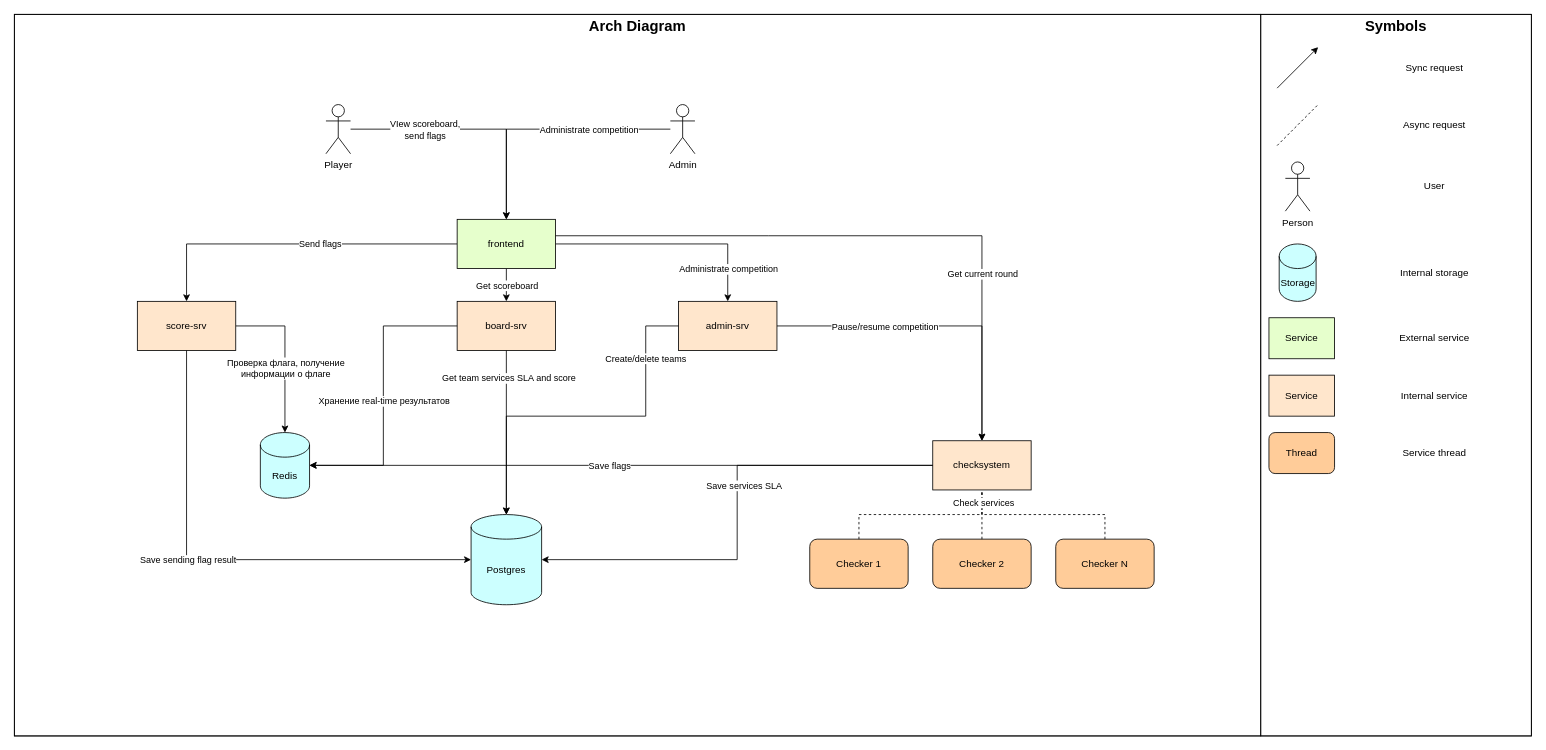
Before: docs/arch.drawio in SgffCTF/ABOBA, a draw.io diagram. Source tidied: cells renumbered, new cells numbered last; positions are measured from the earlier drawing's top-left corner, leaving out a move shared by most shapes. Both pictures are drawn from the tidied source at 82%, with x=0, y=0 at pixel (14, 14).
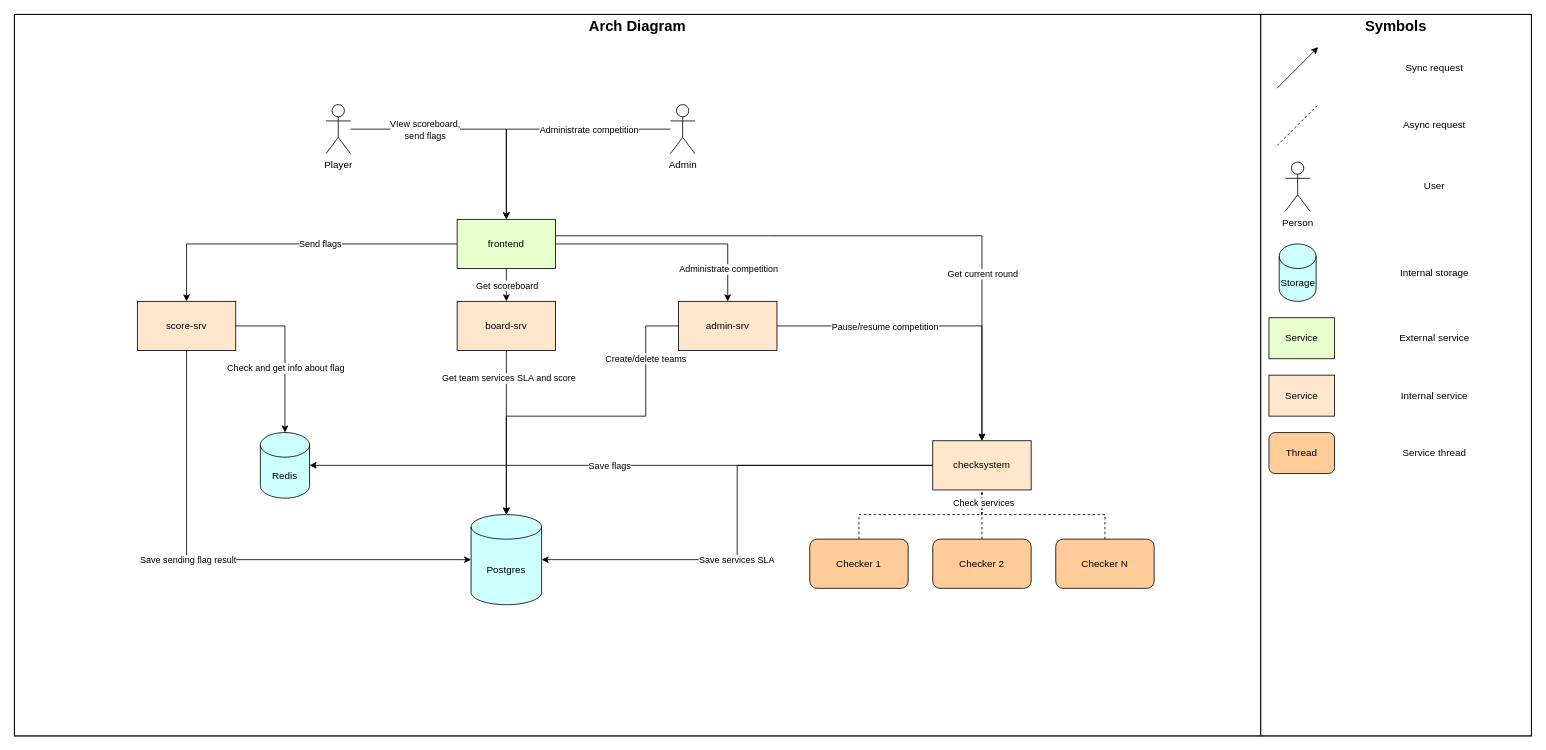
The same page after the edit.

Commit message (it also covers changes not shown here):
docs: update arch diagram

Unchanged cells that the change refers to:
```xml
<mxCell id="5" style="edgeStyle=orthogonalEdgeStyle;rounded=0;jettySize=auto;html=1;" parent="1" edge="1" source="7" target="37">
  <mxGeometry relative="1" as="geometry" />
</mxCell>
<mxCell id="22" value="board-srv" style="rounded=0;whiteSpace=wrap;html=1;fillColor=#FFE6CC;" parent="1" vertex="1">
  <mxGeometry x="540" y="350" width="120" height="60" as="geometry" />
</mxCell>
<mxCell id="27" style="edgeStyle=orthogonalEdgeStyle;rounded=0;jettySize=auto;html=1;entryX=1;entryY=0.5;entryDx=0;entryDy=0;entryPerimeter=0;" parent="1" edge="1" source="26" target="21">
  <mxGeometry relative="1" as="geometry" />
</mxCell>
<mxCell id="37" value="Redis" style="shape=cylinder3;whiteSpace=wrap;html=1;boundedLbl=1;backgroundOutline=1;size=15;fillColor=#CCFFFF;" parent="1" vertex="1">
  <mxGeometry x="300" y="510" width="60" height="80" as="geometry" />
</mxCell>
```

Diff of the diagram source:
```diff
@@
-    <mxCell id="6" value="Проверка флага, получение&lt;br&gt;информации о флаге" style="edgeLabel;html=1;align=center;verticalAlign=middle;" parent="5" vertex="1">
+    <mxCell id="6" value="Check and get info about flag" style="edgeLabel;html=1;align=center;verticalAlign=middle;" parent="5" vertex="1">
       <mxGeometry x="-0.31" y="-1" relative="1" as="geometry">
         <mxPoint x="1" y="45" as="offset" />
       </mxGeometry>
     </mxCell>
@@
     <mxCell id="28" value="Save services SLA" style="edgeLabel;html=1;align=center;verticalAlign=middle;" parent="27" vertex="1">
       <mxGeometry x="-0.23" y="2" relative="1" as="geometry">
-        <mxPoint x="-3" y="22" as="offset" />
+        <mxPoint x="-12" y="113" as="offset" />
       </mxGeometry>
     </mxCell>
@@
-    <mxCell id="40" style="edgeStyle=orthogonalEdgeStyle;rounded=0;jettySize=auto;html=1;entryX=1;entryY=0.5;entryDx=0;entryDy=0;entryPerimeter=0;" parent="1" edge="1" source="22" target="37">
-      <mxGeometry relative="1" as="geometry">
-        <Array as="points">
-          <mxPoint x="450" y="380" />
-          <mxPoint x="450" y="550" />
-        </Array>
-      </mxGeometry>
-    </mxCell>
-    <mxCell id="41" value="Хранение real-time результатов" style="edgeLabel;html=1;align=center;verticalAlign=middle;" parent="40" vertex="1">
-      <mxGeometry x="-0.48" relative="1" as="geometry">
-        <mxPoint y="90" as="offset" />
-      </mxGeometry>
-    </mxCell>
```
